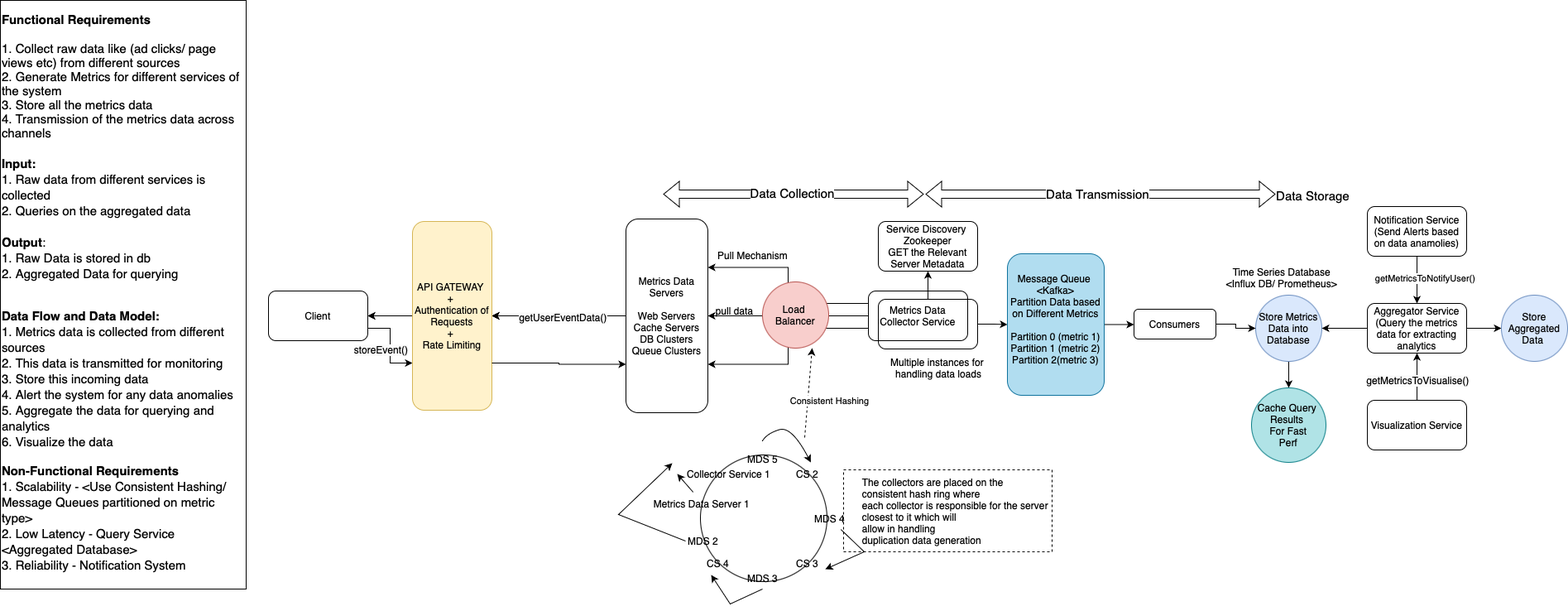
Above: Designs/HLD/Design Monitoring and Logging System.drawio.png in chetana-c/SystemDesign (draw.io), before the change. Source tidied: cells renumbered, new cells last; positions are measured from the earlier drawing's top-left corner, leaving out a move shared by most shapes.
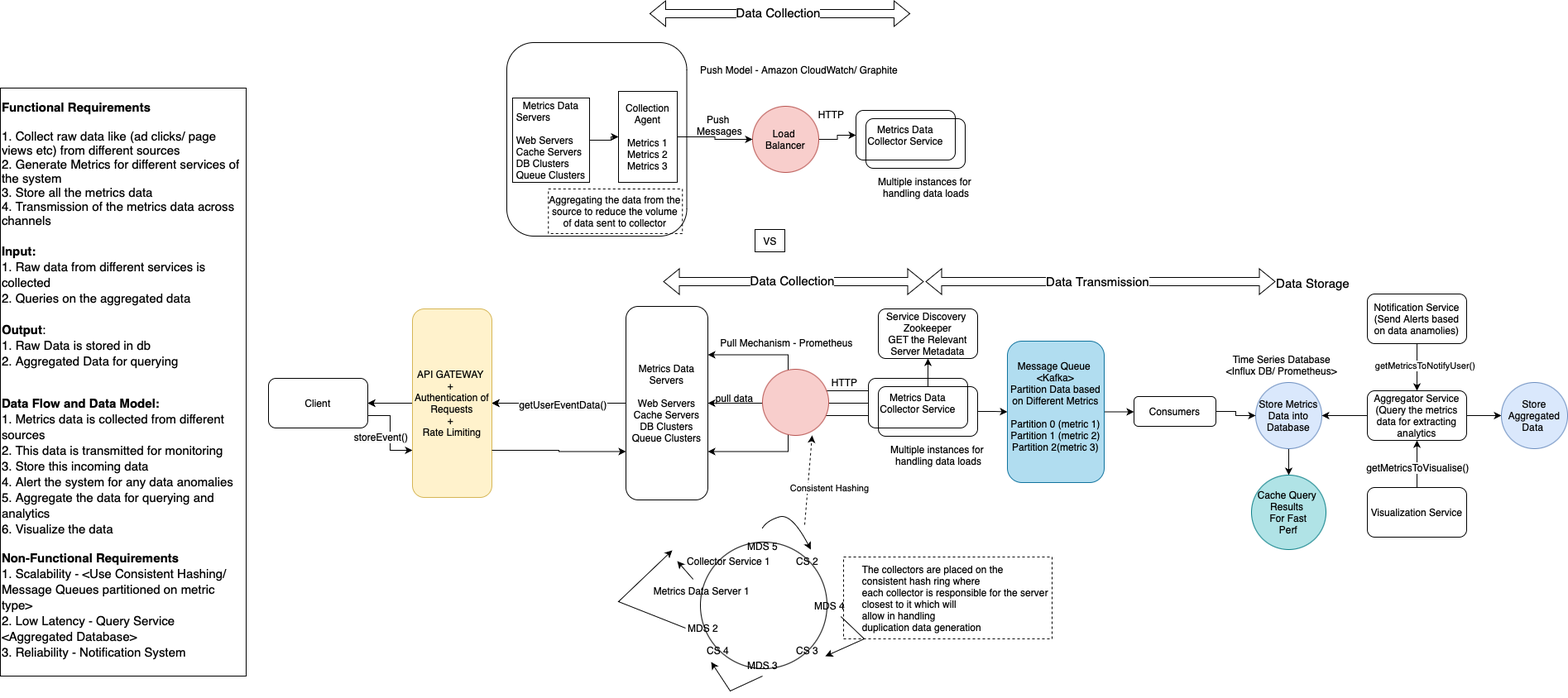
The same diagram one commit later.

Diff of the diagram source:
```diff
@@ -185,8 +185,8 @@
         <mxPoint x="26" as="offset" />
       </mxGeometry>
     </mxCell>
-    <mxCell id="54" value="Pull Mechanism" style="text;html=1;align=center;verticalAlign=middle;strokeColor=none;fillColor=none;" parent="1" vertex="1">
-      <mxGeometry x="855" y="294" width="108" height="27" as="geometry" />
+    <mxCell id="54" value="&lt;span style=&quot;white-space: pre;&quot;&gt;&#9;&lt;/span&gt;&lt;span style=&quot;white-space: pre;&quot;&gt;&#9;&lt;/span&gt;&lt;span style=&quot;white-space: pre;&quot;&gt;&#9;&lt;/span&gt;Pull Mechanism - Prometheus" style="text;html=1;align=center;verticalAlign=middle;strokeColor=none;fillColor=none;" parent="1" vertex="1">
+      <mxGeometry x="779" y="294" width="261" height="27" as="geometry" />
     </mxCell>
     <mxCell id="55" value="pull data" style="text;html=1;align=center;verticalAlign=middle;strokeColor=none;fillColor=none;" parent="1" vertex="1">
       <mxGeometry x="855" y="361" width="63" height="27" as="geometry" />
@@ -229,11 +229,75 @@
     <mxCell id="65" value="&lt;font style=&quot;font-size: 15px;&quot;&gt;Data Storage&lt;/font&gt;" style="text;html=1;align=center;verticalAlign=middle;strokeColor=none;fillColor=none;" parent="1" vertex="1">
       <mxGeometry x="1532" y="222" width="108" height="27" as="geometry" />
     </mxCell>
-    <mxCell id="66" value="Load&amp;nbsp;&lt;div&gt;Balancer&lt;/div&gt;" style="ellipse;whiteSpace=wrap;html=1;fillColor=#f8cecc;strokeColor=#b85450;" parent="1" vertex="1">
+    <mxCell id="66" style="ellipse;whiteSpace=wrap;html=1;fillColor=#f8cecc;strokeColor=#b85450;" parent="1" vertex="1">
       <mxGeometry x="921" y="340" width="80" height="80" as="geometry" />
     </mxCell>
     <mxCell id="67" value="Service Discovery&amp;nbsp;&lt;div&gt;Zookeeper&lt;/div&gt;&lt;div&gt;GET the Relevant Server Metadata&lt;/div&gt;" style="whiteSpace=wrap;html=1;fillColor=none;rounded=1;" parent="1" vertex="1">
       <mxGeometry x="1061" y="267" width="120" height="60" as="geometry" />
     </mxCell>
+    <mxCell id="68" value="HTTP" style="text;html=1;align=center;verticalAlign=middle;strokeColor=none;fillColor=none;" parent="1" vertex="1">
+      <mxGeometry x="993" y="342" width="54" height="27" as="geometry" />
+    </mxCell>
+    <mxCell id="69" style="whiteSpace=wrap;html=1;rounded=1;align=left;" parent="1" vertex="1">
+      <mxGeometry x="612" y="-55" width="217.5" height="234" as="geometry" />
+    </mxCell>
+    <mxCell id="70" value="Metrics Data Collector Service" style="whiteSpace=wrap;html=1;rounded=1;" parent="1" vertex="1">
+      <mxGeometry x="1034" y="27" width="120" height="60" as="geometry" />
+    </mxCell>
+    <mxCell id="71" style="rounded=1;whiteSpace=wrap;html=1;fillColor=none;" parent="1" vertex="1">
+      <mxGeometry x="1046" y="37" width="120" height="60" as="geometry" />
+    </mxCell>
+    <mxCell id="72" value="Multiple instances for&lt;div&gt;&amp;nbsp;handling data loads&lt;/div&gt;" style="text;html=1;align=center;verticalAlign=middle;strokeColor=none;fillColor=none;" parent="1" vertex="1">
+      <mxGeometry x="1049" y="97" width="135" height="45" as="geometry" />
+    </mxCell>
+    <mxCell id="73" style="shape=flexArrow;endArrow=classic;startArrow=classic;html=1;rounded=0;" parent="1" edge="1">
+      <mxGeometry relative="1" as="geometry">
+        <mxPoint x="784.5" y="-90" as="sourcePoint" />
+        <mxPoint x="1099.5" y="-90" as="targetPoint" />
+      </mxGeometry>
+    </mxCell>
+    <mxCell id="74" value="&lt;font style=&quot;font-size: 15px;&quot;&gt;Data Collection&lt;/font&gt;" style="edgeLabel;html=1;align=center;verticalAlign=middle;" parent="73" vertex="1">
+      <mxGeometry x="-0.06" y="2" relative="1" as="geometry">
+        <mxPoint x="7" as="offset" />
+      </mxGeometry>
+    </mxCell>
+    <mxCell id="75" style="edgeStyle=orthogonalEdgeStyle;rounded=0;jettySize=auto;html=1;exitX=1;exitY=0.5;exitDx=0;exitDy=0;entryX=0;entryY=0.5;entryDx=0;entryDy=0;" parent="1" edge="1" source="76" target="70">
+      <mxGeometry relative="1" as="geometry" />
+    </mxCell>
+    <mxCell id="76" value="Load&amp;nbsp;&lt;div&gt;Balancer&lt;/div&gt;" style="ellipse;whiteSpace=wrap;html=1;fillColor=#f8cecc;strokeColor=#b85450;" parent="1" vertex="1">
+      <mxGeometry x="909" y="22" width="80" height="80" as="geometry" />
+    </mxCell>
+    <mxCell id="77" value="HTTP" style="text;html=1;align=center;verticalAlign=middle;strokeColor=none;fillColor=none;" parent="1" vertex="1">
+      <mxGeometry x="976.5" y="18" width="54" height="27" as="geometry" />
+    </mxCell>
+    <mxCell id="78" style="edgeStyle=orthogonalEdgeStyle;rounded=0;jettySize=auto;html=1;entryX=0;entryY=0.5;entryDx=0;entryDy=0;" parent="1" edge="1" source="79" target="76">
+      <mxGeometry relative="1" as="geometry" />
+    </mxCell>
+    <mxCell id="79" value="Collection Agent&lt;div&gt;&lt;br&gt;&lt;/div&gt;&lt;div&gt;Metrics 1&lt;/div&gt;&lt;div&gt;Metrics 2&lt;/div&gt;&lt;div&gt;Metrics 3&lt;/div&gt;" style="text;html=1;align=center;verticalAlign=middle;whiteSpace=wrap;rounded=0;strokeColor=default;" parent="1" vertex="1">
+      <mxGeometry x="747" y="4" width="71" height="110" as="geometry" />
+    </mxCell>
+    <mxCell id="80" value="Push&amp;nbsp;&lt;div&gt;Messages&lt;/div&gt;" style="text;html=1;align=center;verticalAlign=middle;strokeColor=none;fillColor=none;" parent="1" vertex="1">
+      <mxGeometry x="828" y="22" width="81" height="45" as="geometry" />
+    </mxCell>
+    <mxCell id="81" value="Push Model - Amazon CloudWatch/ Graphite" style="text;html=1;align=left;verticalAlign=middle;strokeColor=none;fillColor=none;" parent="1" vertex="1">
+      <mxGeometry x="844" y="-36" width="261" height="27" as="geometry" />
+    </mxCell>
+    <mxCell id="82" value="VS" style="text;html=1;align=center;verticalAlign=middle;strokeColor=default;fillColor=none;" parent="1" vertex="1">
+      <mxGeometry x="912" y="171" width="36" height="27" as="geometry" />
+    </mxCell>
+    <mxCell id="83" value="Aggregating the data from the source to reduce the volume of data sent to collector" style="text;html=1;align=center;verticalAlign=middle;whiteSpace=wrap;rounded=0;dashed=1;strokeColor=default;" parent="1" vertex="1">
+      <mxGeometry x="662.2" y="122" width="162" height="54" as="geometry" />
+    </mxCell>
+    <mxCell id="84" style="edgeStyle=orthogonalEdgeStyle;rounded=0;jettySize=auto;html=1;exitX=1;exitY=0.5;exitDx=0;exitDy=0;entryX=0;entryY=0.5;entryDx=0;entryDy=0;" parent="1" edge="1" source="85" target="79">
+      <mxGeometry relative="1" as="geometry">
+        <Array as="points">
+          <mxPoint x="738" y="63" />
+          <mxPoint x="738" y="59" />
+        </Array>
+      </mxGeometry>
+    </mxCell>
+    <mxCell id="85" value="&lt;span style=&quot;text-align: left;&quot;&gt;Metrics Data&lt;/span&gt;&lt;div style=&quot;text-align: left;&quot;&gt;Servers&lt;/div&gt;&lt;div style=&quot;text-align: left;&quot;&gt;&lt;br&gt;&lt;/div&gt;&lt;div style=&quot;text-align: left;&quot;&gt;Web Servers&lt;/div&gt;&lt;div style=&quot;text-align: left;&quot;&gt;Cache Servers&lt;/div&gt;&lt;div style=&quot;text-align: left;&quot;&gt;DB Clusters&lt;/div&gt;&lt;div style=&quot;text-align: left;&quot;&gt;Queue Clusters&lt;/div&gt;" style="text;html=1;align=center;verticalAlign=middle;whiteSpace=wrap;rounded=0;strokeColor=default;" parent="1" vertex="1">
+      <mxGeometry x="619" y="12" width="93" height="102" as="geometry" />
+    </mxCell>
   </root>
 </mxGraphModel>
```
